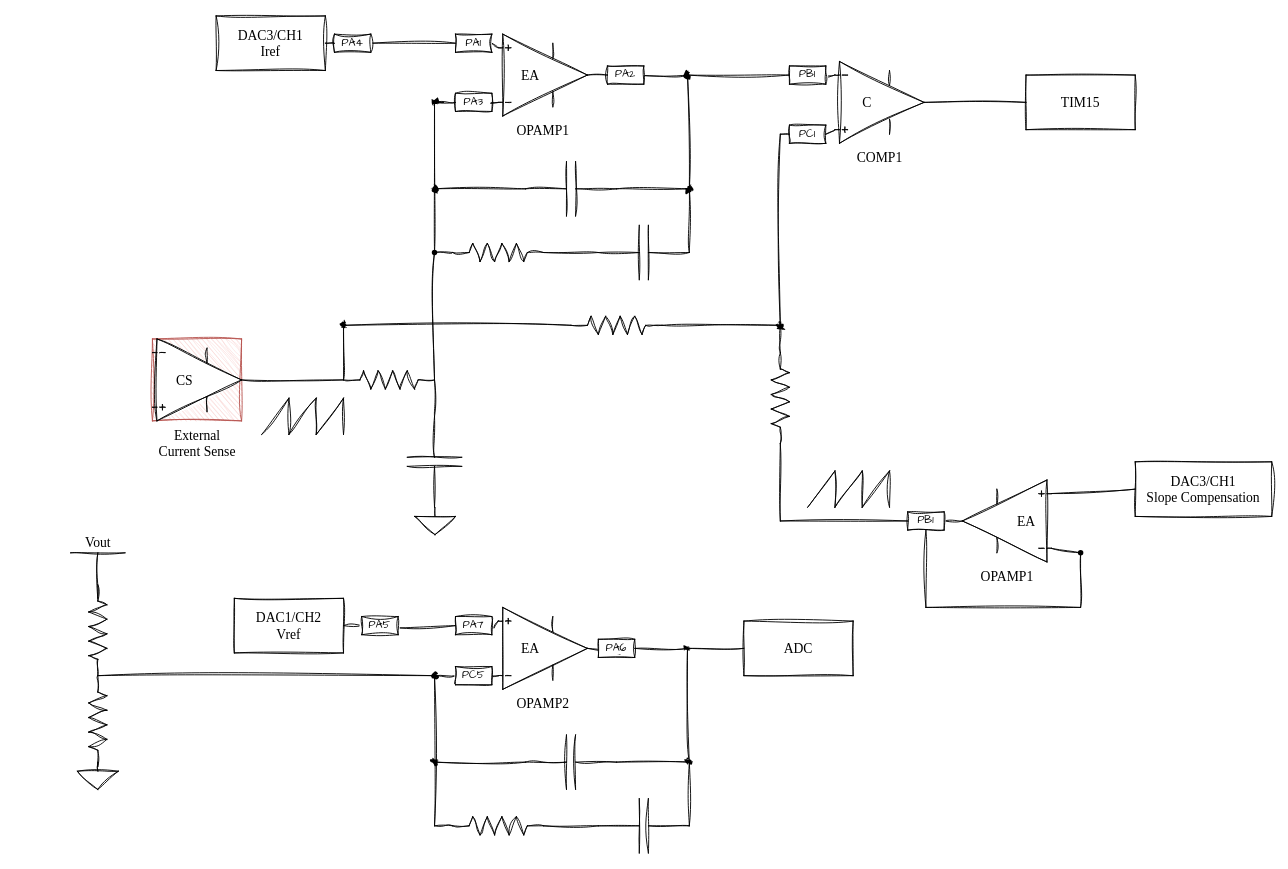
Above: assets/STM32 Compensation.drawio in resonantlabs/mixed-signal-pfc (draw.io), before the change. Source tidied: cells renumbered, new cells numbered last; positions are measured from the earlier drawing's top-left corner, leaving out a move shared by most shapes. Both pictures are drawn from the tidied source at 91%, with x=0, y=0 at pixel (15, 15).
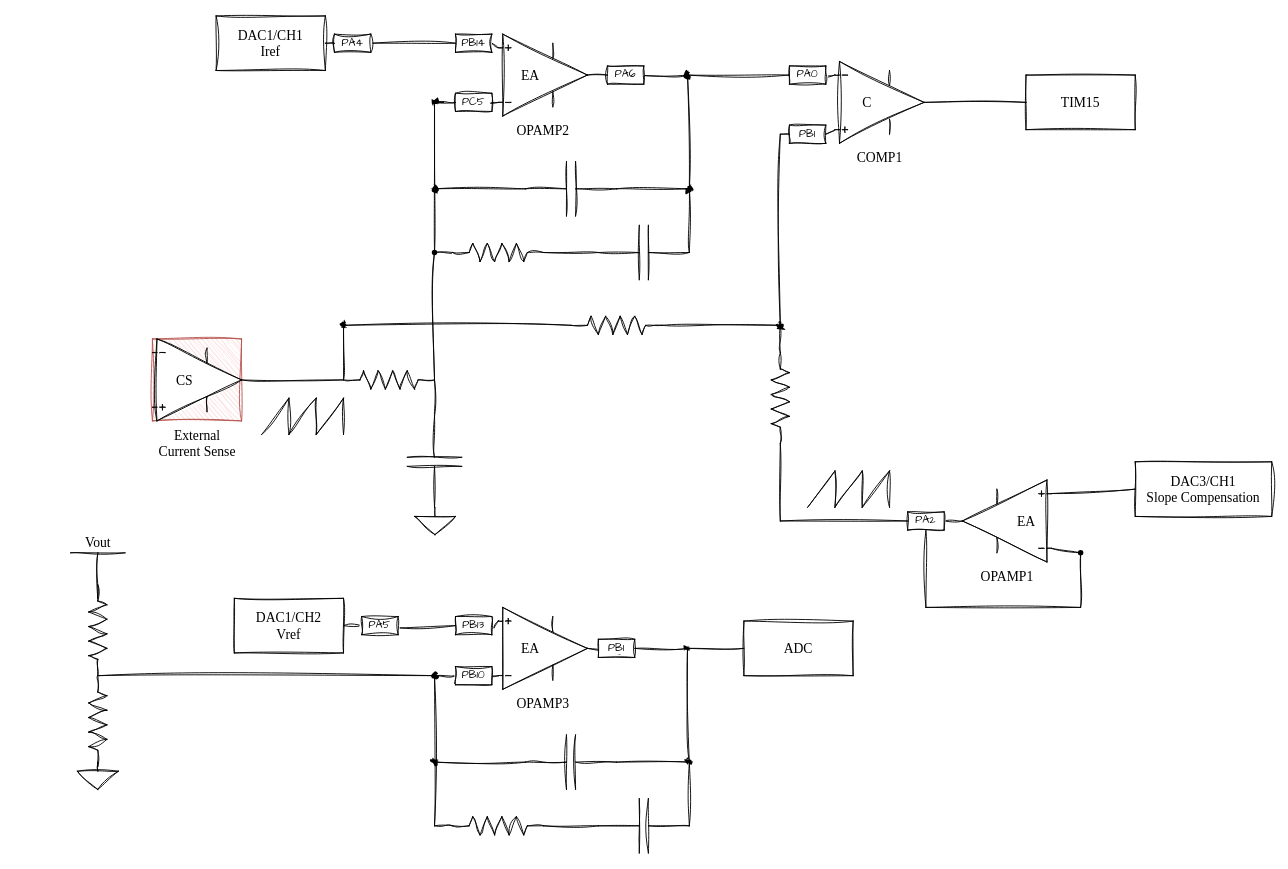
The same diagram, later.

The change refers to these unchanged cells:
```xml
<mxCell id="2" style="group;flipH=0;flipV=1;direction=east;labelBackgroundColor=none;sketch=1;curveFitting=1;jiggle=2;fontFamily=Garamond;fontSize=15;" parent="1" vertex="1">
  <mxGeometry x="900" y="50" width="98" height="90" as="geometry" />
</mxCell>
<mxCell id="7" style="group;flipV=0;flipH=0;labelBackgroundColor=none;sketch=1;curveFitting=1;jiggle=2;fontFamily=Garamond;fontSize=15;" parent="1" vertex="1">
  <mxGeometry x="530" y="20" width="98" height="90" as="geometry" />
</mxCell>
<mxCell id="40" style="group;flipV=0;flipH=0;labelBackgroundColor=none;sketch=1;curveFitting=1;jiggle=2;fontFamily=Garamond;fontSize=15;" parent="1" vertex="1">
  <mxGeometry x="530" y="650" width="98" height="90" as="geometry" />
</mxCell>
<mxCell id="94" style="group;flipV=1;flipH=0;labelBackgroundColor=none;sketch=1;curveFitting=1;jiggle=2;fontFamily=Garamond;fontSize=15;" parent="1" vertex="1">
  <mxGeometry x="1040" y="510" width="98" height="90" as="geometry" />
</mxCell>
```

Diff of the diagram source:
```diff
@@
-    <mxCell id="5" value="PC1" style="rounded=0;whiteSpace=wrap;html=1;sketch=1;hachureGap=4;jiggle=2;curveFitting=1;fontFamily=Architects Daughter;" parent="2" vertex="1">
+    <mxCell id="5" value="&lt;div&gt;PB1&lt;/div&gt;" style="rounded=0;whiteSpace=wrap;html=1;sketch=1;hachureGap=4;jiggle=2;curveFitting=1;fontFamily=Architects Daughter;" parent="2" vertex="1">
       <mxGeometry x="-50" y="70" width="40" height="20" as="geometry" />
     </mxCell>
@@
-    <mxCell id="8" value="OPAMP1" style="verticalLabelPosition=bottom;shadow=0;dashed=0;align=center;html=1;verticalAlign=top;shape=mxgraph.electrical.abstract.operational_amp_1;flipH=0;flipV=1;labelBackgroundColor=none;sketch=1;curveFitting=1;jiggle=2;fontFamily=Garamond;fontSize=15;" parent="7" vertex="1">
+    <mxCell id="8" value="OPAMP2" style="verticalLabelPosition=bottom;shadow=0;dashed=0;align=center;html=1;verticalAlign=top;shape=mxgraph.electrical.abstract.operational_amp_1;flipH=0;flipV=1;labelBackgroundColor=none;sketch=1;curveFitting=1;jiggle=2;fontFamily=Garamond;fontSize=15;" parent="7" vertex="1">
       <mxGeometry width="98" height="90" as="geometry" />
     </mxCell>
@@
-    <mxCell id="41" value="OPAMP2" style="verticalLabelPosition=bottom;shadow=0;dashed=0;align=center;html=1;verticalAlign=top;shape=mxgraph.electrical.abstract.operational_amp_1;flipH=0;flipV=1;labelBackgroundColor=none;sketch=1;curveFitting=1;jiggle=2;fontFamily=Garamond;fontSize=15;" parent="40" vertex="1">
+    <mxCell id="41" value="OPAMP3" style="verticalLabelPosition=bottom;shadow=0;dashed=0;align=center;html=1;verticalAlign=top;shape=mxgraph.electrical.abstract.operational_amp_1;flipH=0;flipV=1;labelBackgroundColor=none;sketch=1;curveFitting=1;jiggle=2;fontFamily=Garamond;fontSize=15;" parent="40" vertex="1">
       <mxGeometry width="98" height="90" as="geometry" />
     </mxCell>
@@
-    <mxCell id="59" value="&lt;div&gt;DAC3/CH1&lt;/div&gt;&lt;div&gt;Iref&lt;/div&gt;" style="rounded=0;whiteSpace=wrap;html=1;fontFamily=Garamond;fontSize=15;fontColor=default;labelBackgroundColor=default;sketch=1;curveFitting=1;jiggle=2;" parent="1" vertex="1">
+    <mxCell id="59" value="&lt;div&gt;DAC1/CH1&lt;/div&gt;&lt;div&gt;Iref&lt;/div&gt;" style="rounded=0;whiteSpace=wrap;html=1;fontFamily=Garamond;fontSize=15;fontColor=default;labelBackgroundColor=default;sketch=1;curveFitting=1;jiggle=2;" parent="1" vertex="1">
       <mxGeometry x="220" width="120" height="60" as="geometry" />
     </mxCell>
@@
-    <mxCell id="79" value="PA2" style="rounded=0;whiteSpace=wrap;html=1;sketch=1;hachureGap=4;jiggle=2;curveFitting=1;fontFamily=Architects Daughter;" parent="1" vertex="1">
+    <mxCell id="79" value="PA6" style="rounded=0;whiteSpace=wrap;html=1;sketch=1;hachureGap=4;jiggle=2;curveFitting=1;fontFamily=Architects Daughter;" parent="1" vertex="1">
       <mxGeometry x="650" y="55" width="40" height="20" as="geometry" />
     </mxCell>
@@
-    <mxCell id="81" value="PA1" style="rounded=0;whiteSpace=wrap;html=1;sketch=1;hachureGap=4;jiggle=2;curveFitting=1;fontFamily=Architects Daughter;" parent="1" vertex="1">
+    <mxCell id="81" value="PB14" style="rounded=0;whiteSpace=wrap;html=1;sketch=1;hachureGap=4;jiggle=2;curveFitting=1;fontFamily=Architects Daughter;" parent="1" vertex="1">
       <mxGeometry x="483" y="20" width="40" height="20" as="geometry" />
     </mxCell>
@@
-    <mxCell id="87" value="PA3" style="rounded=0;whiteSpace=wrap;html=1;sketch=1;hachureGap=4;jiggle=2;curveFitting=1;fontFamily=Architects Daughter;" parent="1" vertex="1">
+    <mxCell id="87" value="PC5" style="rounded=0;whiteSpace=wrap;html=1;sketch=1;hachureGap=4;jiggle=2;curveFitting=1;fontFamily=Architects Daughter;" parent="1" vertex="1">
       <mxGeometry x="483" y="85" width="40" height="20" as="geometry" />
     </mxCell>
@@
-    <mxCell id="92" value="PB1" style="rounded=0;whiteSpace=wrap;html=1;sketch=1;hachureGap=4;jiggle=2;curveFitting=1;fontFamily=Architects Daughter;" parent="1" vertex="1">
+    <mxCell id="92" value="PA0" style="rounded=0;whiteSpace=wrap;html=1;sketch=1;hachureGap=4;jiggle=2;curveFitting=1;fontFamily=Architects Daughter;" parent="1" vertex="1">
       <mxGeometry x="850" y="55" width="40" height="20" as="geometry" />
     </mxCell>
@@
-    <mxCell id="98" value="PB1" style="rounded=0;whiteSpace=wrap;html=1;sketch=1;hachureGap=4;jiggle=2;curveFitting=1;fontFamily=Architects Daughter;" parent="94" vertex="1">
+    <mxCell id="98" value="PA2" style="rounded=0;whiteSpace=wrap;html=1;sketch=1;hachureGap=4;jiggle=2;curveFitting=1;fontFamily=Architects Daughter;" parent="94" vertex="1">
       <mxGeometry x="-60" y="35" width="40" height="20" as="geometry" />
     </mxCell>
@@
-    <mxCell id="107" value="PA7" style="rounded=0;whiteSpace=wrap;html=1;sketch=1;hachureGap=4;jiggle=2;curveFitting=1;fontFamily=Architects Daughter;" parent="1" vertex="1">
+    <mxCell id="107" value="PB13" style="rounded=0;whiteSpace=wrap;html=1;sketch=1;hachureGap=4;jiggle=2;curveFitting=1;fontFamily=Architects Daughter;" parent="1" vertex="1">
       <mxGeometry x="483" y="660" width="40" height="20" as="geometry" />
     </mxCell>
@@
-    <mxCell id="109" value="PC5" style="rounded=0;whiteSpace=wrap;html=1;sketch=1;hachureGap=4;jiggle=2;curveFitting=1;fontFamily=Architects Daughter;" parent="1" vertex="1">
+    <mxCell id="109" value="PB10" style="rounded=0;whiteSpace=wrap;html=1;sketch=1;hachureGap=4;jiggle=2;curveFitting=1;fontFamily=Architects Daughter;" parent="1" vertex="1">
       <mxGeometry x="483" y="715" width="40" height="20" as="geometry" />
     </mxCell>
@@
-    <mxCell id="111" value="PA6" style="rounded=0;whiteSpace=wrap;html=1;sketch=1;hachureGap=4;jiggle=2;curveFitting=1;fontFamily=Architects Daughter;" parent="1" vertex="1">
+    <mxCell id="111" value="PB1" style="rounded=0;whiteSpace=wrap;html=1;sketch=1;hachureGap=4;jiggle=2;curveFitting=1;fontFamily=Architects Daughter;" parent="1" vertex="1">
       <mxGeometry x="640" y="685" width="40" height="20" as="geometry" />
     </mxCell>
```
